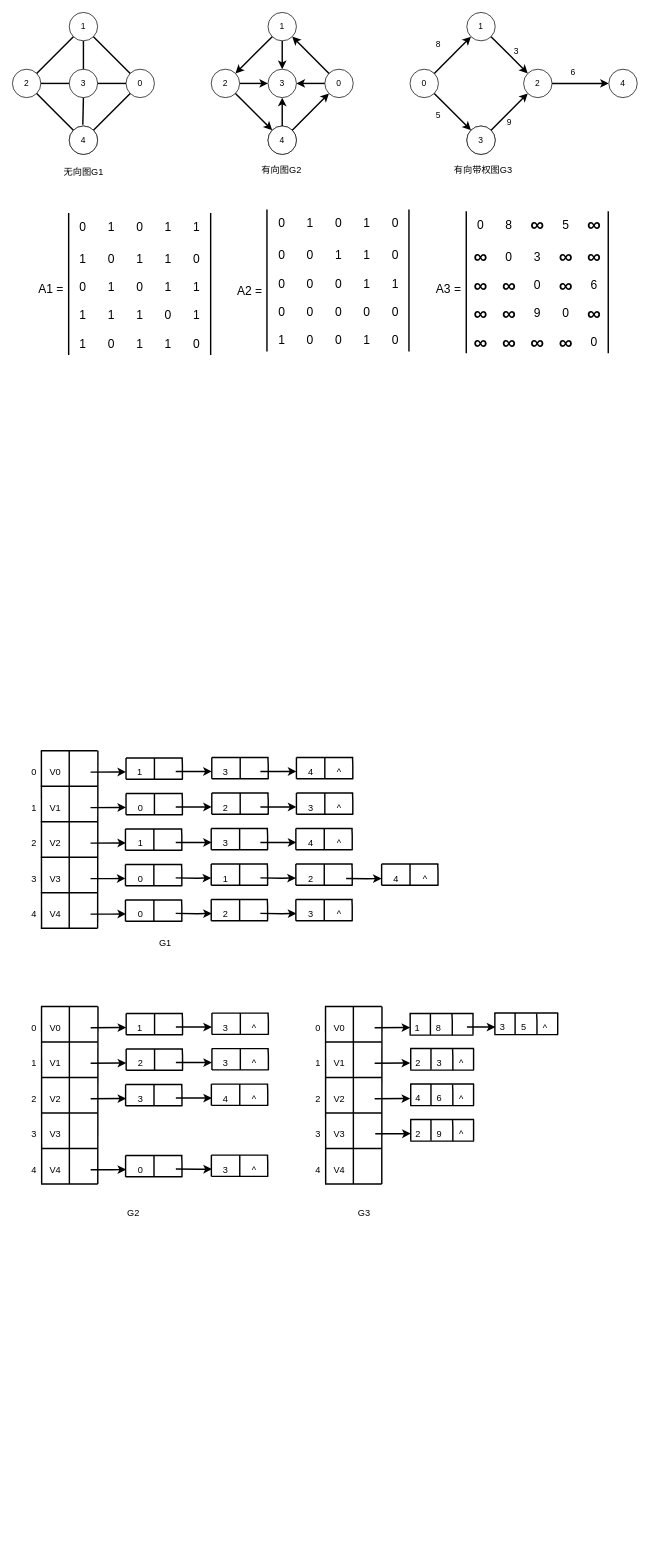
The draw.io diagram Untitled Diagram.drawio in m-c-c/graph, before the edit. Source tidied: cells renumbered, new cells numbered last; positions are measured from the earlier drawing's top-left corner, leaving out a move shared by most shapes. Both pictures are drawn from the tidied source at 71%, with x=0, y=0 at pixel (12, 12).
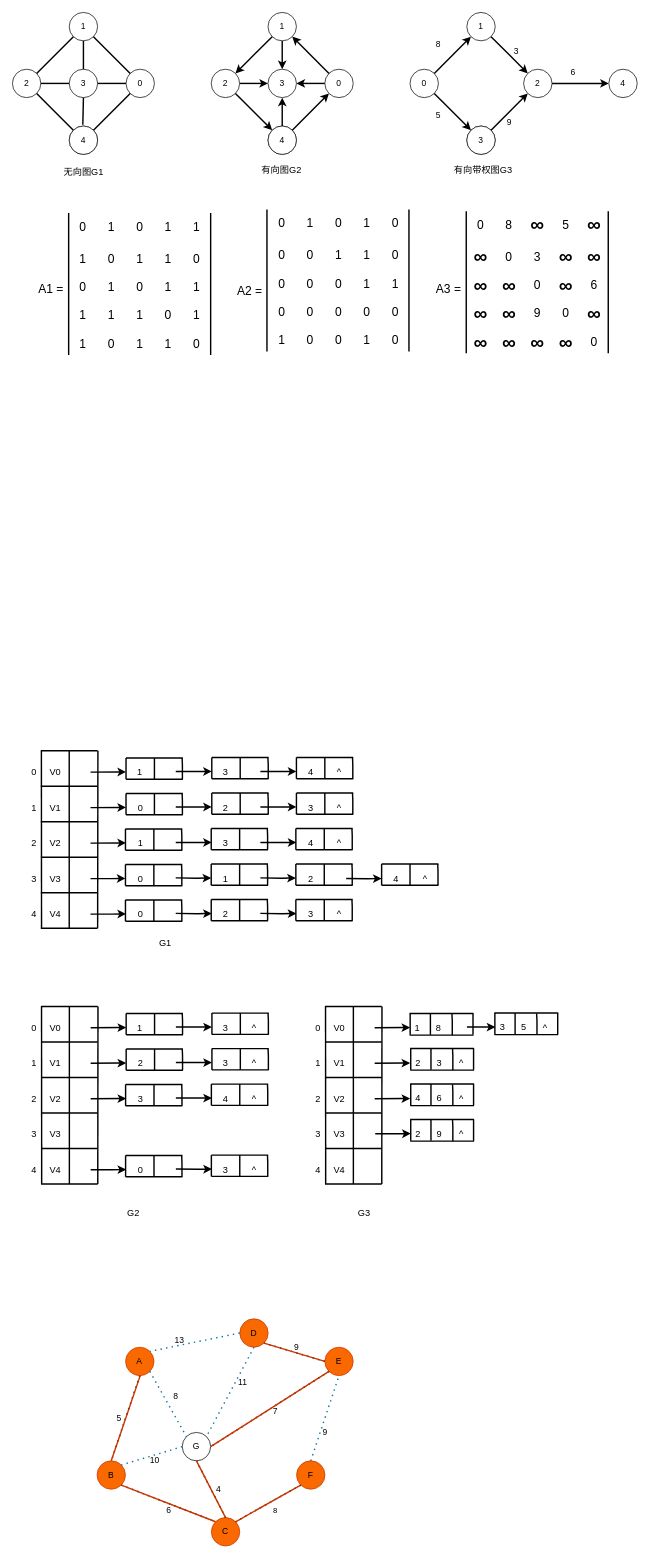
Above is the later version.

Diff of the diagram source:
```diff
@@
+    <mxCell id="419" value="A" style="ellipse;whiteSpace=wrap;html=1;fillColor=#fa6800;fontColor=#000000;strokeColor=#C73500;" parent="1" vertex="1">
+      <mxGeometry x="159.4" y="1880" width="40" height="40" as="geometry" />
+    </mxCell>
+    <mxCell id="420" value="B" style="ellipse;whiteSpace=wrap;html=1;fillColor=#fa6800;fontColor=#000000;strokeColor=#C73500;" parent="1" vertex="1">
+      <mxGeometry x="119.2" y="2040" width="40" height="40" as="geometry" />
+    </mxCell>
+    <mxCell id="421" value="C" style="ellipse;whiteSpace=wrap;html=1;fillColor=#fa6800;fontColor=#000000;strokeColor=#C73500;" parent="1" vertex="1">
+      <mxGeometry x="280.2" y="2120" width="40" height="40" as="geometry" />
+    </mxCell>
+    <mxCell id="422" value="F" style="ellipse;whiteSpace=wrap;html=1;fillColor=#fa6800;fontColor=#000000;strokeColor=#C73500;" parent="1" vertex="1">
+      <mxGeometry x="400.2" y="2040" width="40" height="40" as="geometry" />
+    </mxCell>
+    <mxCell id="423" value="D" style="ellipse;whiteSpace=wrap;html=1;fillColor=#fa6800;fontColor=#000000;strokeColor=#C73500;" parent="1" vertex="1">
+      <mxGeometry x="320.2" y="1840" width="40" height="40" as="geometry" />
+    </mxCell>
+    <mxCell id="424" value="G" style="ellipse;whiteSpace=wrap;html=1;" parent="1" vertex="1">
+      <mxGeometry x="239.2" y="2000" width="40" height="40" as="geometry" />
+    </mxCell>
+    <mxCell id="425" value="E" style="ellipse;whiteSpace=wrap;html=1;fillColor=#fa6800;fontColor=#000000;strokeColor=#C73500;" parent="1" vertex="1">
+      <mxGeometry x="440" y="1880" width="40" height="40" as="geometry" />
+    </mxCell>
+    <mxCell id="426" style="endArrow=none;dashed=1;html=1;dashPattern=1 3;strokeWidth=2;rounded=0;entryX=0.5;entryY=1;entryDx=0;entryDy=0;exitX=0.5;exitY=0;exitDx=0;exitDy=0;fillColor=#b1ddf0;strokeColor=#10739e;" parent="1" edge="1" source="422" target="425">
+      <mxGeometry relative="1" as="geometry" />
+    </mxCell>
+    <mxCell id="427" style="endArrow=none;dashed=1;html=1;dashPattern=1 3;strokeWidth=2;rounded=0;entryX=1;entryY=0;entryDx=0;entryDy=0;exitX=0;exitY=1;exitDx=0;exitDy=0;" parent="1" edge="1" source="422" target="421">
+      <mxGeometry relative="1" as="geometry" />
+    </mxCell>
+    <mxCell id="428" value="8" style="edgeLabel;html=1;align=center;verticalAlign=middle;" parent="427" vertex="1">
+      <mxGeometry x="-0.12" relative="1" as="geometry">
+        <mxPoint x="4" y="13" as="offset" />
+      </mxGeometry>
+    </mxCell>
+    <mxCell id="429" style="endArrow=none;dashed=1;html=1;dashPattern=1 3;strokeWidth=2;rounded=0;entryX=0;entryY=0;entryDx=0;entryDy=0;exitX=1;exitY=1;exitDx=0;exitDy=0;" parent="1" edge="1" source="420" target="421">
+      <mxGeometry relative="1" as="geometry" />
+    </mxCell>
+    <mxCell id="430" style="endArrow=none;dashed=1;html=1;dashPattern=1 3;strokeWidth=2;rounded=0;entryX=1;entryY=0;entryDx=0;entryDy=0;exitX=0;exitY=0.5;exitDx=0;exitDy=0;fillColor=#b1ddf0;strokeColor=#10739e;" parent="1" edge="1" source="424" target="420">
+      <mxGeometry relative="1" as="geometry" />
+    </mxCell>
+    <mxCell id="431" style="endArrow=none;dashed=1;html=1;dashPattern=1 3;strokeWidth=2;rounded=0;entryX=0.5;entryY=0;entryDx=0;entryDy=0;exitX=0.5;exitY=1;exitDx=0;exitDy=0;" parent="1" edge="1" source="419" target="420">
+      <mxGeometry relative="1" as="geometry" />
+    </mxCell>
+    <mxCell id="432" style="endArrow=none;dashed=1;html=1;dashPattern=1 3;strokeWidth=2;rounded=0;entryX=1;entryY=0;entryDx=0;entryDy=0;exitX=0;exitY=0.5;exitDx=0;exitDy=0;fillColor=#b1ddf0;strokeColor=#10739e;" parent="1" edge="1" source="423" target="419">
+      <mxGeometry relative="1" as="geometry" />
+    </mxCell>
+    <mxCell id="433" style="endArrow=none;dashed=1;html=1;dashPattern=1 3;strokeWidth=2;rounded=0;exitX=0;exitY=0.5;exitDx=0;exitDy=0;entryX=1;entryY=1;entryDx=0;entryDy=0;" parent="1" edge="1" source="425" target="423">
+      <mxGeometry relative="1" as="geometry" />
+    </mxCell>
+    <mxCell id="434" style="endArrow=none;dashed=1;html=1;dashPattern=1 3;strokeWidth=2;rounded=0;entryX=0;entryY=0;entryDx=0;entryDy=0;exitX=1;exitY=1;exitDx=0;exitDy=0;fillColor=#b1ddf0;strokeColor=#10739e;" parent="1" edge="1" source="419" target="424">
+      <mxGeometry relative="1" as="geometry" />
+    </mxCell>
+    <mxCell id="435" style="endArrow=none;dashed=1;html=1;dashPattern=1 3;strokeWidth=2;rounded=0;entryX=1;entryY=0;entryDx=0;entryDy=0;exitX=0.5;exitY=1;exitDx=0;exitDy=0;fillColor=#b1ddf0;strokeColor=#10739e;" parent="1" edge="1" source="423" target="424">
+      <mxGeometry relative="1" as="geometry" />
+    </mxCell>
+    <mxCell id="436" style="endArrow=none;dashed=1;html=1;dashPattern=1 3;strokeWidth=2;rounded=0;entryX=1;entryY=0.5;entryDx=0;entryDy=0;exitX=0;exitY=1;exitDx=0;exitDy=0;" parent="1" edge="1" source="425" target="424">
+      <mxGeometry relative="1" as="geometry" />
+    </mxCell>
+    <mxCell id="437" style="endArrow=none;dashed=1;html=1;dashPattern=1 3;strokeWidth=2;rounded=0;entryX=0.5;entryY=1;entryDx=0;entryDy=0;exitX=0.5;exitY=0;exitDx=0;exitDy=0;" parent="1" edge="1" source="421" target="424">
+      <mxGeometry relative="1" as="geometry" />
+    </mxCell>
+    <mxCell id="438" value="5" style="text;html=1;align=center;verticalAlign=middle;strokeColor=none;fillColor=none;" parent="1" vertex="1">
+      <mxGeometry x="140" y="1970" width="20" height="20" as="geometry" />
+    </mxCell>
+    <mxCell id="439" value="8" style="text;html=1;align=center;verticalAlign=middle;strokeColor=none;fillColor=none;" parent="1" vertex="1">
+      <mxGeometry x="220" y="1940" width="20" height="20" as="geometry" />
+    </mxCell>
+    <mxCell id="440" value="13" style="text;html=1;align=center;verticalAlign=middle;strokeColor=none;fillColor=none;" parent="1" vertex="1">
+      <mxGeometry x="220" y="1860" width="30" height="20" as="geometry" />
+    </mxCell>
+    <mxCell id="441" value="11" style="text;html=1;align=center;verticalAlign=middle;strokeColor=none;fillColor=none;" parent="1" vertex="1">
+      <mxGeometry x="309.2" y="1920" width="30" height="20" as="geometry" />
+    </mxCell>
+    <mxCell id="442" value="9" style="text;html=1;align=center;verticalAlign=middle;strokeColor=none;fillColor=none;" parent="1" vertex="1">
+      <mxGeometry x="390" y="1870" width="20" height="20" as="geometry" />
+    </mxCell>
+    <mxCell id="443" value="7" style="text;html=1;align=center;verticalAlign=middle;strokeColor=none;fillColor=none;" parent="1" vertex="1">
+      <mxGeometry x="360" y="1960" width="20" height="20" as="geometry" />
+    </mxCell>
+    <mxCell id="444" value="9" style="text;html=1;align=center;verticalAlign=middle;strokeColor=none;fillColor=none;" parent="1" vertex="1">
+      <mxGeometry x="430" y="1990" width="20" height="20" as="geometry" />
+    </mxCell>
+    <mxCell id="445" value="4" style="text;html=1;align=center;verticalAlign=middle;strokeColor=none;fillColor=none;" parent="1" vertex="1">
+      <mxGeometry x="280" y="2070" width="20" height="20" as="geometry" />
+    </mxCell>
+    <mxCell id="446" value="6" style="text;html=1;align=center;verticalAlign=middle;strokeColor=none;fillColor=none;" parent="1" vertex="1">
+      <mxGeometry x="210" y="2100" width="20" height="20" as="geometry" />
+    </mxCell>
+    <mxCell id="447" value="10" style="text;html=1;align=center;verticalAlign=middle;strokeColor=none;fillColor=none;" parent="1" vertex="1">
+      <mxGeometry x="185" y="2030" width="30" height="20" as="geometry" />
+    </mxCell>
+    <mxCell id="448" style="endArrow=none;html=1;rounded=0;exitX=0.5;exitY=0;exitDx=0;exitDy=0;strokeWidth=2;fillColor=#fa6800;strokeColor=#C73500;" parent="1" edge="1" source="420">
+      <mxGeometry relative="1" as="geometry">
+        <mxPoint x="180" y="1920" as="targetPoint" />
+      </mxGeometry>
+    </mxCell>
+    <mxCell id="449" style="endArrow=none;html=1;rounded=0;entryX=1;entryY=1;entryDx=0;entryDy=0;exitX=0;exitY=0;exitDx=0;exitDy=0;fillColor=#fa6800;strokeColor=#C73500;strokeWidth=2;" parent="1" edge="1" source="421" target="420">
+      <mxGeometry relative="1" as="geometry" />
+    </mxCell>
+    <mxCell id="450" style="endArrow=none;html=1;rounded=0;entryX=0.5;entryY=1;entryDx=0;entryDy=0;exitX=0.5;exitY=0;exitDx=0;exitDy=0;fillColor=#fa6800;strokeColor=#C73500;strokeWidth=2;" parent="1" edge="1" source="421" target="424">
+      <mxGeometry relative="1" as="geometry" />
+    </mxCell>
+    <mxCell id="451" style="endArrow=none;html=1;rounded=0;entryX=0;entryY=1;entryDx=0;entryDy=0;exitX=1;exitY=0.5;exitDx=0;exitDy=0;fillColor=#fa6800;strokeColor=#C73500;strokeWidth=2;" parent="1" edge="1" source="424" target="425">
+      <mxGeometry relative="1" as="geometry" />
+    </mxCell>
+    <mxCell id="452" style="endArrow=none;html=1;rounded=0;exitX=0;exitY=0.5;exitDx=0;exitDy=0;entryX=1;entryY=1;entryDx=0;entryDy=0;strokeWidth=2;fillColor=#fa6800;strokeColor=#C73500;" parent="1" edge="1" source="425" target="423">
+      <mxGeometry relative="1" as="geometry" />
+    </mxCell>
+    <mxCell id="453" style="endArrow=none;html=1;rounded=0;exitX=1;exitY=0;exitDx=0;exitDy=0;entryX=0;entryY=1;entryDx=0;entryDy=0;fillColor=#fa6800;strokeColor=#C73500;strokeWidth=2;" parent="1" edge="1" source="421" target="422">
+      <mxGeometry relative="1" as="geometry" />
+    </mxCell>
```
